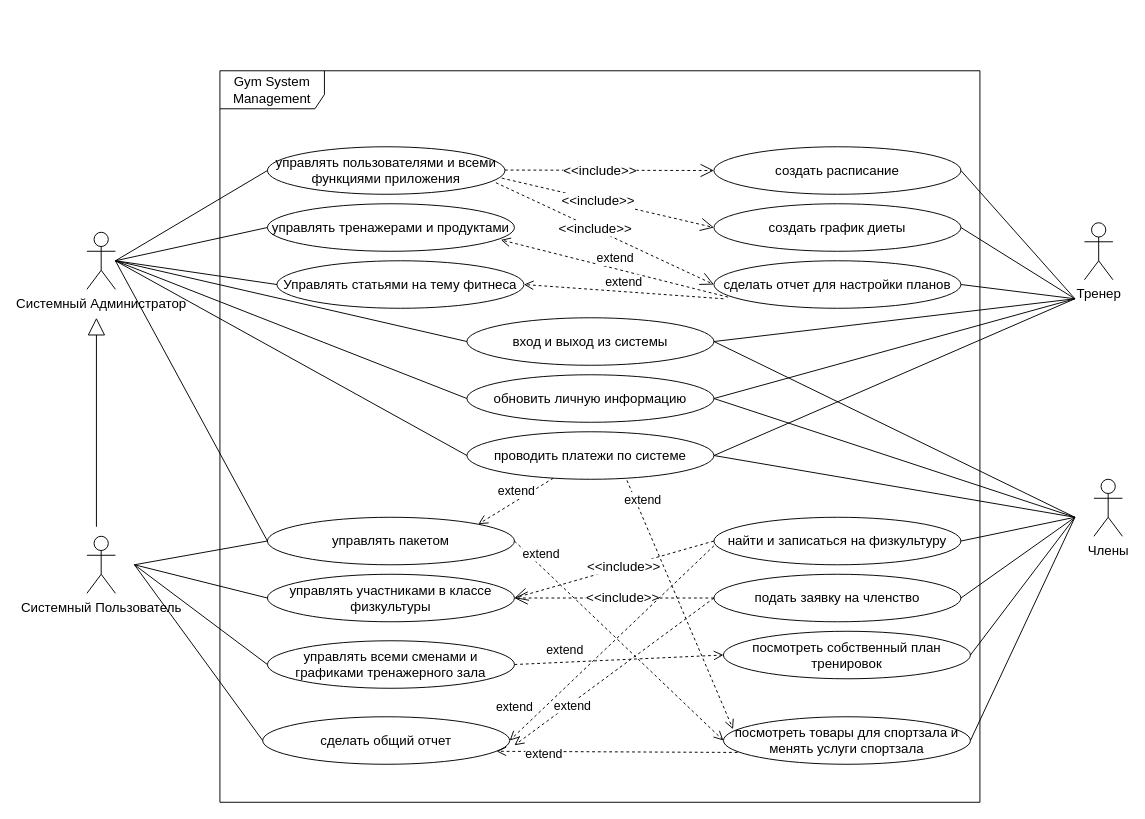
Before: page "Use-case Diagram" (3 of 7) of Biểu đồ không có tiêu đề.drawio in quyettranvu/Lab2-3_UML, a draw.io diagram. Source tidied: cells renumbered, new cells numbered last; positions are measured from the earlier drawing's top-left corner, leaving out a move shared by most shapes. Both pictures are drawn from the tidied source at 95%, with x=0, y=0 at pixel (86, 70).
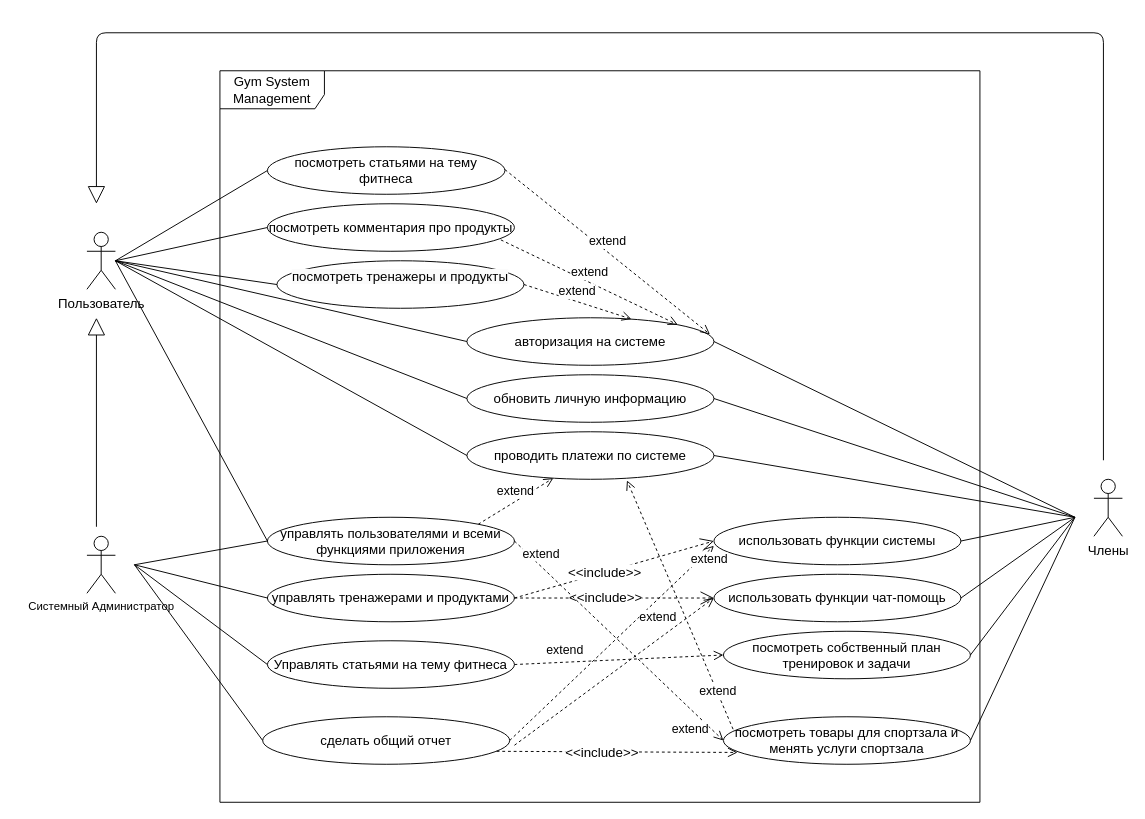
After the change.

The change refers to these unchanged cells:
```xml
<mxCell id="11" value="обновить личную информацию" style="ellipse;whiteSpace=wrap;html=1;fontSize=14;" parent="1" vertex="1">
  <mxGeometry x="400" y="320" width="260" height="50" as="geometry" />
</mxCell>
<mxCell id="12" value="проводить платежи по системе" style="ellipse;whiteSpace=wrap;html=1;fontSize=14;" parent="1" vertex="1">
  <mxGeometry x="400" y="380" width="260" height="50" as="geometry" />
</mxCell>
<mxCell id="47" value="посмотреть товары для спортзала и менять услуги спортзала" style="ellipse;whiteSpace=wrap;html=1;fontSize=14;" parent="1" vertex="1">
  <mxGeometry x="670" y="680" width="260" height="50" as="geometry" />
</mxCell>
<mxCell id="56" value="сделать общий отчет" style="ellipse;whiteSpace=wrap;html=1;fontSize=14;" parent="1" vertex="1">
  <mxGeometry x="185" y="680" width="260" height="50" as="geometry" />
</mxCell>
```

What changed in the source:
```diff
@@
-    <mxCell id="2" value="Системный Администратор" style="shape=umlActor;verticalLabelPosition=bottom;verticalAlign=top;html=1;fontSize=14;" parent="1" vertex="1">
+    <mxCell id="2" value="Пользователь" style="shape=umlActor;verticalLabelPosition=bottom;verticalAlign=top;html=1;fontSize=14;" parent="1" vertex="1">
       <mxGeometry y="170" width="30" height="60" as="geometry" />
     </mxCell>
-    <mxCell id="3" value="&lt;font style=&quot;font-size: 14px;&quot;&gt;Системный Пользователь&lt;/font&gt;" style="shape=umlActor;verticalLabelPosition=bottom;verticalAlign=top;html=1;" parent="1" vertex="1">
+    <mxCell id="3" value="Системный Администратор" style="shape=umlActor;verticalLabelPosition=bottom;verticalAlign=top;html=1;" parent="1" vertex="1">
       <mxGeometry y="490" width="30" height="60" as="geometry" />
     </mxCell>
@@
-    <mxCell id="5" value="Тренер" style="shape=umlActor;verticalLabelPosition=bottom;verticalAlign=top;html=1;fontSize=14;" parent="1" vertex="1">
-      <mxGeometry x="1050" y="160" width="30" height="60" as="geometry" />
-    </mxCell>
@@
-    <mxCell id="7" value="управлять пользователями и всеми функциями приложения" style="ellipse;whiteSpace=wrap;html=1;fontSize=14;" parent="1" vertex="1">
+    <mxCell id="7" value="посмотреть статьями на тему фитнеса" style="ellipse;whiteSpace=wrap;html=1;fontSize=14;" parent="1" vertex="1">
       <mxGeometry x="190" y="80" width="250" height="50" as="geometry" />
     </mxCell>
-    <mxCell id="8" value="управлять тренажерами и продуктами" style="ellipse;whiteSpace=wrap;html=1;fontSize=14;" parent="1" vertex="1">
+    <mxCell id="8" value="посмотреть комментария про продукты" style="ellipse;whiteSpace=wrap;html=1;fontSize=14;" parent="1" vertex="1">
       <mxGeometry x="190" y="140" width="260" height="50" as="geometry" />
     </mxCell>
-    <mxCell id="9" value="Управлять статьями на тему фитнеса" style="ellipse;whiteSpace=wrap;html=1;fontSize=14;" parent="1" vertex="1">
+    <mxCell id="9" value="&#10;&lt;span style=&quot;color: rgb(0, 0, 0); font-family: Helvetica; font-size: 14px; font-style: normal; font-variant-ligatures: normal; font-variant-caps: normal; font-weight: 400; letter-spacing: normal; orphans: 2; text-align: center; text-indent: 0px; text-transform: none; widows: 2; word-spacing: 0px; -webkit-text-stroke-width: 0px; background-color: rgb(251, 251, 251); text-decoration-thickness: initial; text-decoration-style: initial; text-decoration-color: initial; float: none; display: inline !important;&quot;&gt;посмотреть тренажеры и продукты&lt;/span&gt;&#10;&#10;" style="ellipse;whiteSpace=wrap;html=1;fontSize=14;" parent="1" vertex="1">
       <mxGeometry x="200" y="200" width="260" height="50" as="geometry" />
     </mxCell>
-    <mxCell id="10" value="вход и выход из системы" style="ellipse;whiteSpace=wrap;html=1;fontSize=14;" parent="1" vertex="1">
+    <mxCell id="10" value="авторизация на системе" style="ellipse;whiteSpace=wrap;html=1;fontSize=14;" parent="1" vertex="1">
       <mxGeometry x="400" y="260" width="260" height="50" as="geometry" />
     </mxCell>
@@
-    <mxCell id="13" value="управлять пакетом" style="ellipse;whiteSpace=wrap;html=1;fontSize=14;" parent="1" vertex="1">
+    <mxCell id="13" value="управлять пользователями и всеми функциями приложения" style="ellipse;whiteSpace=wrap;html=1;fontSize=14;" parent="1" vertex="1">
       <mxGeometry x="190" y="470" width="260" height="50" as="geometry" />
     </mxCell>
-    <mxCell id="14" value="управлять участниками в классе физкультуры" style="ellipse;whiteSpace=wrap;html=1;fontSize=14;" parent="1" vertex="1">
+    <mxCell id="14" value="управлять тренажерами и продуктами" style="ellipse;whiteSpace=wrap;html=1;fontSize=14;" parent="1" vertex="1">
       <mxGeometry x="190" y="530" width="260" height="50" as="geometry" />
     </mxCell>
-    <mxCell id="15" value="управлять всеми сменами и графиками тренажерного зала" style="ellipse;whiteSpace=wrap;html=1;fontSize=14;" parent="1" vertex="1">
+    <mxCell id="15" value="Управлять статьями на тему фитнеса" style="ellipse;whiteSpace=wrap;html=1;fontSize=14;" parent="1" vertex="1">
       <mxGeometry x="190" y="600" width="260" height="50" as="geometry" />
     </mxCell>
-    <mxCell id="16" value="создать расписание" style="ellipse;whiteSpace=wrap;html=1;fontSize=14;" parent="1" vertex="1">
-      <mxGeometry x="660" y="80" width="260" height="50" as="geometry" />
-    </mxCell>
-    <mxCell id="17" value="создать график диеты" style="ellipse;whiteSpace=wrap;html=1;fontSize=14;" parent="1" vertex="1">
-      <mxGeometry x="660" y="140" width="260" height="50" as="geometry" />
-    </mxCell>
-    <mxCell id="18" value="сделать отчет для настройки планов" style="ellipse;whiteSpace=wrap;html=1;fontSize=14;" parent="1" vertex="1">
-      <mxGeometry x="660" y="200" width="260" height="50" as="geometry" />
-    </mxCell>
-    <mxCell id="19" value="найти и записаться на физкультуру" style="ellipse;whiteSpace=wrap;html=1;fontSize=14;" parent="1" vertex="1">
+    <mxCell id="19" value="использовать функции системы" style="ellipse;whiteSpace=wrap;html=1;fontSize=14;" parent="1" vertex="1">
       <mxGeometry x="660" y="470" width="260" height="50" as="geometry" />
     </mxCell>
-    <mxCell id="20" value="подать заявку на членство" style="ellipse;whiteSpace=wrap;html=1;fontSize=14;" parent="1" vertex="1">
+    <mxCell id="20" value="использовать функции чат-помощь" style="ellipse;whiteSpace=wrap;html=1;fontSize=14;" parent="1" vertex="1">
       <mxGeometry x="660" y="530" width="260" height="50" as="geometry" />
     </mxCell>
-    <mxCell id="21" value="посмотреть собственный план тренировок" style="ellipse;whiteSpace=wrap;html=1;fontSize=14;" parent="1" vertex="1">
+    <mxCell id="21" value="посмотреть собственный план тренировок и задачи" style="ellipse;whiteSpace=wrap;html=1;fontSize=14;" parent="1" vertex="1">
       <mxGeometry x="670" y="590" width="260" height="50" as="geometry" />
     </mxCell>
-    <mxCell id="22" value="&amp;lt;&amp;lt;include&amp;gt;&amp;gt;" style="endArrow=open;endSize=12;dashed=1;html=1;rounded=0;fontSize=14;entryX=0;entryY=0.5;entryDx=0;entryDy=0;" parent="1" edge="1" target="16">
-      <mxGeometry x="-0.09" relative="1" as="geometry">
-        <mxPoint x="440" y="104.5" as="sourcePoint" />
-      </mxGeometry>
-    </mxCell>
-    <mxCell id="23" value="&amp;lt;&amp;lt;include&amp;gt;&amp;gt;" style="endArrow=open;endSize=12;dashed=1;html=1;rounded=0;fontSize=14;entryX=0;entryY=0.5;entryDx=0;entryDy=0;exitX=0.987;exitY=0.66;exitDx=0;exitDy=0;exitPerimeter=0;" parent="1" edge="1" source="7" target="17">
-      <mxGeometry x="-0.09" relative="1" as="geometry" />
-    </mxCell>
-    <mxCell id="24" value="&amp;lt;&amp;lt;include&amp;gt;&amp;gt;" style="endArrow=open;endSize=12;dashed=1;html=1;rounded=0;fontSize=14;entryX=0;entryY=0.5;entryDx=0;entryDy=0;exitX=0.962;exitY=0.756;exitDx=0;exitDy=0;exitPerimeter=0;" parent="1" edge="1" source="7" target="18">
-      <mxGeometry x="-0.09" relative="1" as="geometry" />
-    </mxCell>
@@
-    <mxCell id="27" value="extend" style="html=1;verticalAlign=bottom;endArrow=open;dashed=1;endSize=8;rounded=0;fontSize=13;exitX=0.057;exitY=0.765;exitDx=0;exitDy=0;entryX=0.945;entryY=0.76;entryDx=0;entryDy=0;entryPerimeter=0;exitPerimeter=0;" parent="1" edge="1" source="18" target="8">
+    <mxCell id="27" value="extend" style="html=1;verticalAlign=bottom;endArrow=open;dashed=1;endSize=8;rounded=0;fontSize=13;exitX=0.945;exitY=0.76;exitDx=0;exitDy=0;entryX=1;entryY=0;entryDx=0;entryDy=0;exitPerimeter=0;" parent="1" edge="1" source="8" target="10">
       <mxGeometry relative="1" as="geometry" />
     </mxCell>
@@
-    <mxCell id="29" style="endArrow=none;endFill=0;endSize=12;html=1;rounded=0;fontSize=13;entryX=1;entryY=0.5;entryDx=0;entryDy=0;" parent="1" edge="1" target="16">
-      <mxGeometry relative="1" as="geometry">
-        <mxPoint x="1040" y="240" as="sourcePoint" />
-      </mxGeometry>
-    </mxCell>
-    <mxCell id="30" style="endArrow=none;endFill=0;endSize=12;html=1;rounded=0;fontSize=13;entryX=1;entryY=0.5;entryDx=0;entryDy=0;" parent="1" edge="1" target="17">
-      <mxGeometry relative="1" as="geometry">
-        <mxPoint x="1040" y="240" as="sourcePoint" />
-      </mxGeometry>
-    </mxCell>
-    <mxCell id="31" style="endArrow=none;endFill=0;endSize=12;html=1;rounded=0;fontSize=13;entryX=1;entryY=0.5;entryDx=0;entryDy=0;" parent="1" edge="1" target="18">
-      <mxGeometry relative="1" as="geometry">
-        <mxPoint x="1040" y="240" as="sourcePoint" />
-      </mxGeometry>
-    </mxCell>
@@
-    <mxCell id="38" style="endArrow=none;endFill=0;endSize=12;html=1;rounded=0;fontSize=13;entryX=1;entryY=0.5;entryDx=0;entryDy=0;" parent="1" edge="1" target="10">
-      <mxGeometry relative="1" as="geometry">
-        <mxPoint x="1040" y="240" as="sourcePoint" />
-      </mxGeometry>
-    </mxCell>
-    <mxCell id="39" style="endArrow=none;endFill=0;endSize=12;html=1;rounded=0;fontSize=13;entryX=1;entryY=0.5;entryDx=0;entryDy=0;" parent="1" edge="1" target="11">
-      <mxGeometry relative="1" as="geometry">
-        <mxPoint x="1040" y="240" as="sourcePoint" />
-      </mxGeometry>
-    </mxCell>
-    <mxCell id="40" style="endArrow=none;endFill=0;endSize=12;html=1;rounded=0;fontSize=13;entryX=1;entryY=0.5;entryDx=0;entryDy=0;" parent="1" edge="1" target="12">
-      <mxGeometry relative="1" as="geometry">
-        <mxPoint x="1040" y="240" as="sourcePoint" />
-      </mxGeometry>
-    </mxCell>
@@
-    <mxCell id="48" value="extend" style="html=1;verticalAlign=bottom;endArrow=open;dashed=1;endSize=8;rounded=0;fontSize=13;entryX=1;entryY=0;entryDx=0;entryDy=0;" parent="1" edge="1" source="12" target="13">
+    <mxCell id="48" value="extend" style="html=1;verticalAlign=bottom;endArrow=open;dashed=1;endSize=8;rounded=0;fontSize=13;exitX=1;exitY=0;exitDx=0;exitDy=0;" parent="1" edge="1" source="13" target="12">
       <mxGeometry relative="1" as="geometry" />
     </mxCell>
-    <mxCell id="49" value="&amp;lt;&amp;lt;include&amp;gt;&amp;gt;" style="endArrow=open;endSize=12;dashed=1;html=1;rounded=0;fontSize=14;entryX=1;entryY=0.5;entryDx=0;entryDy=0;exitX=0;exitY=0.5;exitDx=0;exitDy=0;" parent="1" edge="1" source="20" target="14">
+    <mxCell id="49" value="&amp;lt;&amp;lt;include&amp;gt;&amp;gt;" style="endArrow=open;endSize=12;dashed=1;html=1;rounded=0;fontSize=14;entryX=0;entryY=0.5;entryDx=0;entryDy=0;exitX=1;exitY=0.5;exitDx=0;exitDy=0;" parent="1" edge="1" source="14" target="20">
       <mxGeometry x="-0.09" relative="1" as="geometry" />
     </mxCell>
-    <mxCell id="50" value="&amp;lt;&amp;lt;include&amp;gt;&amp;gt;" style="endArrow=open;endSize=12;dashed=1;html=1;rounded=0;fontSize=14;entryX=1;entryY=0.5;entryDx=0;entryDy=0;exitX=0;exitY=0.5;exitDx=0;exitDy=0;" parent="1" edge="1" source="19" target="14">
+    <mxCell id="50" value="&amp;lt;&amp;lt;include&amp;gt;&amp;gt;" style="endArrow=open;endSize=12;dashed=1;html=1;rounded=0;fontSize=14;entryX=0;entryY=0.5;entryDx=0;entryDy=0;exitX=1;exitY=0.5;exitDx=0;exitDy=0;" parent="1" edge="1" source="14" target="19">
       <mxGeometry x="-0.09" relative="1" as="geometry" />
     </mxCell>
-    <mxCell id="51" value="extend" style="html=1;verticalAlign=bottom;endArrow=open;dashed=1;endSize=8;rounded=0;fontSize=13;entryX=0.039;entryY=0.261;entryDx=0;entryDy=0;exitX=0.648;exitY=1.024;exitDx=0;exitDy=0;exitPerimeter=0;entryPerimeter=0;" parent="1" edge="1" source="12" target="47">
+    <mxCell id="51" value="extend" style="html=1;verticalAlign=bottom;endArrow=open;dashed=1;endSize=8;rounded=0;fontSize=13;entryX=0.648;entryY=1.024;entryDx=0;entryDy=0;exitX=0.039;exitY=0.261;exitDx=0;exitDy=0;exitPerimeter=0;entryPerimeter=0;" parent="1" edge="1" source="47" target="12">
       <mxGeometry x="-0.76" y="3" relative="1" as="geometry">
         <mxPoint y="1" as="offset" />
       </mxGeometry>
     </mxCell>
@@
-    <mxCell id="58" value="extend" style="html=1;verticalAlign=bottom;endArrow=open;dashed=1;endSize=8;rounded=0;fontSize=13;entryX=1;entryY=0.5;entryDx=0;entryDy=0;" parent="1" edge="1" target="9">
-      <mxGeometry relative="1" as="geometry">
-        <mxPoint x="670" y="240" as="sourcePoint" />
-      </mxGeometry>
+    <mxCell id="58" value="extend" style="html=1;verticalAlign=bottom;endArrow=open;dashed=1;endSize=8;rounded=0;fontSize=13;entryX=0.666;entryY=0.027;entryDx=0;entryDy=0;exitX=1;exitY=0.5;exitDx=0;exitDy=0;entryPerimeter=0;" parent="1" edge="1" source="9" target="10">
+      <mxGeometry relative="1" as="geometry" />
     </mxCell>
-    <mxCell id="59" value="extend" style="html=1;verticalAlign=bottom;endArrow=open;dashed=1;endSize=8;rounded=0;fontSize=13;entryX=1;entryY=0.5;entryDx=0;entryDy=0;" parent="1" edge="1" target="56">
+    <mxCell id="59" value="extend" style="html=1;verticalAlign=bottom;endArrow=open;dashed=1;endSize=8;rounded=0;fontSize=13;entryX=1;entryY=0.5;entryDx=0;entryDy=0;exitX=1;exitY=0.5;exitDx=0;exitDy=0;" parent="1" edge="1" source="56">
       <mxGeometry x="0.86" y="-15" relative="1" as="geometry">
-        <mxPoint x="660" y="500" as="sourcePoint" />
+        <mxPoint x="660" y="500" as="targetPoint" />
       </mxGeometry>
     </mxCell>
-    <mxCell id="60" value="extend" style="html=1;verticalAlign=bottom;endArrow=open;dashed=1;endSize=8;rounded=0;fontSize=13;exitX=0;exitY=0.5;exitDx=0;exitDy=0;" parent="1" edge="1" source="20">
+    <mxCell id="60" value="extend" style="html=1;verticalAlign=bottom;endArrow=open;dashed=1;endSize=8;rounded=0;fontSize=13;exitX=0;exitY=0.5;exitDx=0;exitDy=0;entryX=0;entryY=0.5;entryDx=0;entryDy=0;" parent="1" edge="1" target="20">
       <mxGeometry x="0.49" y="11" relative="1" as="geometry">
-        <mxPoint x="450" y="710" as="targetPoint" />
+        <mxPoint x="450" y="710" as="sourcePoint" />
         <mxPoint x="1" as="offset" />
       </mxGeometry>
     </mxCell>
-    <mxCell id="61" value="extend" style="html=1;verticalAlign=bottom;endArrow=open;dashed=1;endSize=8;rounded=0;fontSize=13;exitX=0.057;exitY=0.751;exitDx=0;exitDy=0;exitPerimeter=0;entryX=0.947;entryY=0.727;entryDx=0;entryDy=0;entryPerimeter=0;" parent="1" edge="1" source="47" target="56">
+    <mxCell id="61" value="extend" style="html=1;verticalAlign=bottom;endArrow=open;dashed=1;endSize=8;rounded=0;fontSize=13;exitX=0.947;exitY=0.727;exitDx=0;exitDy=0;exitPerimeter=0;entryX=0.057;entryY=0.751;entryDx=0;entryDy=0;entryPerimeter=0;" parent="1" edge="1" source="56" target="47">
       <mxGeometry x="0.61" y="13" relative="1" as="geometry" />
     </mxCell>
+    <mxCell id="63" value="&lt;font style=&quot;font-size: 14px;&quot;&gt;&amp;lt;&amp;lt;include&amp;gt;&amp;gt;&lt;/font&gt;" style="edgeLabel;html=1;align=center;verticalAlign=middle;" parent="61" vertex="1">
+      <mxGeometry x="-0.13" y="-1" relative="1" as="geometry" />
+    </mxCell>
@@
+    <mxCell id="64" value="extend" style="html=1;verticalAlign=bottom;endArrow=open;dashed=1;endSize=8;rounded=0;fontSize=13;entryX=0.984;entryY=0.348;entryDx=0;entryDy=0;exitX=1;exitY=0.5;exitDx=0;exitDy=0;entryPerimeter=0;" parent="1" edge="1" target="10">
+      <mxGeometry relative="1" as="geometry">
+        <mxPoint x="440" y="104" as="sourcePoint" />
+      </mxGeometry>
+    </mxCell>
+    <mxCell id="65" style="endArrow=block;endSize=16;endFill=0;html=1;rounded=1;fontSize=13;" parent="1" edge="1">
+      <mxGeometry relative="1" as="geometry">
+        <mxPoint x="1070" y="410" as="sourcePoint" />
+        <mxPoint x="10" y="140" as="targetPoint" />
+        <Array as="points">
+          <mxPoint x="1070" y="-40" />
+          <mxPoint x="10" y="-40" />
+        </Array>
+      </mxGeometry>
+    </mxCell>
```
